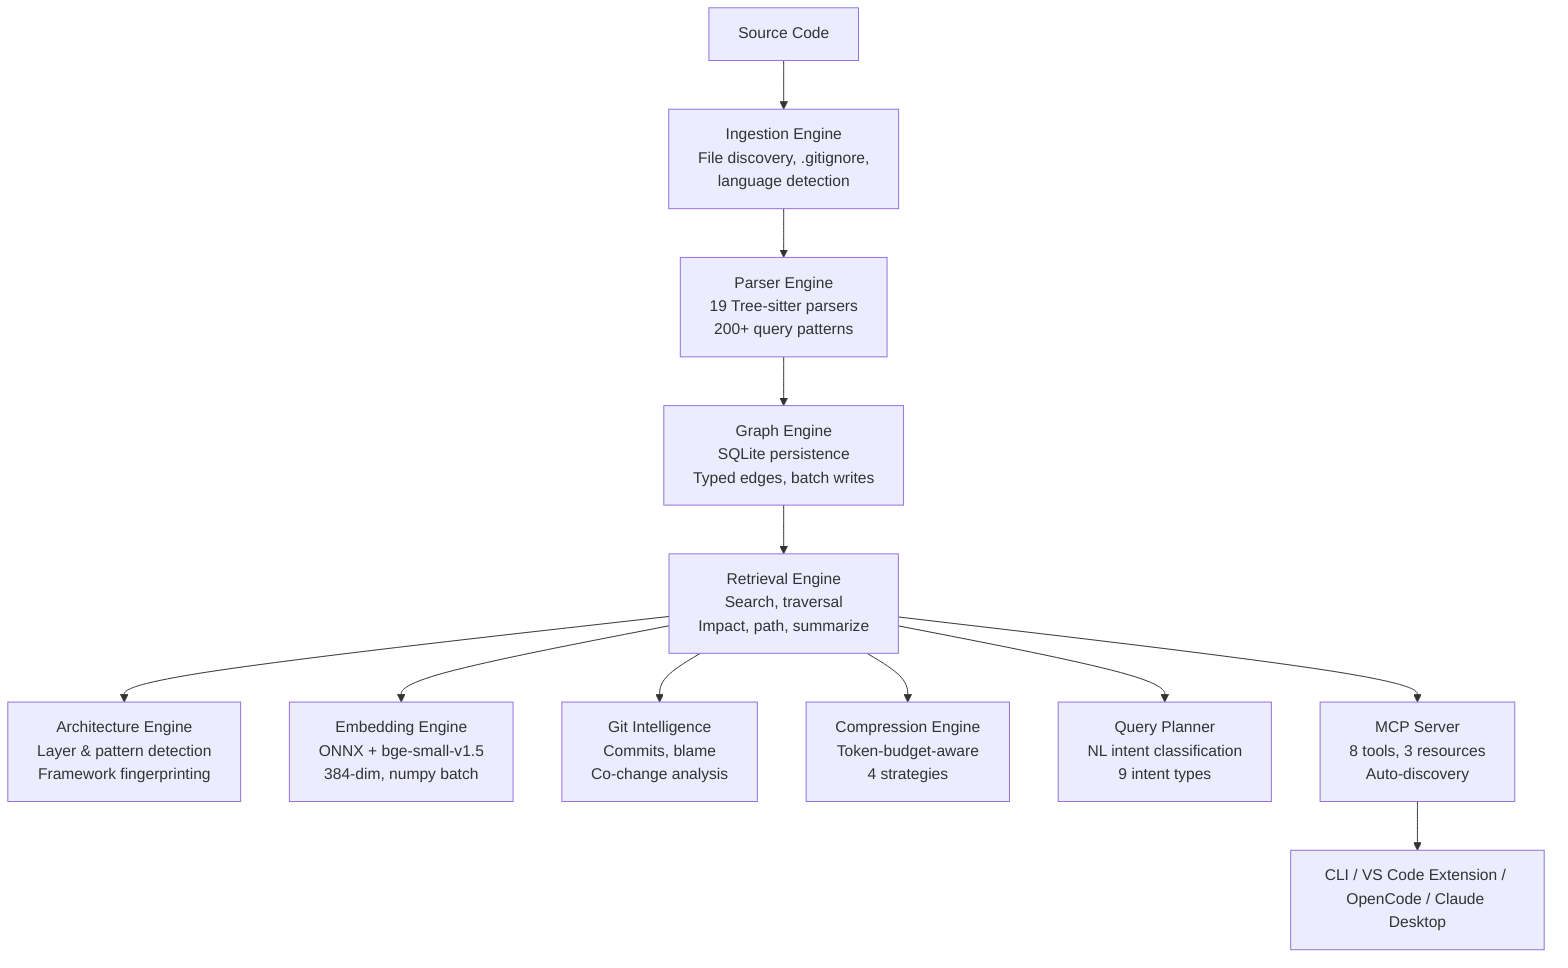
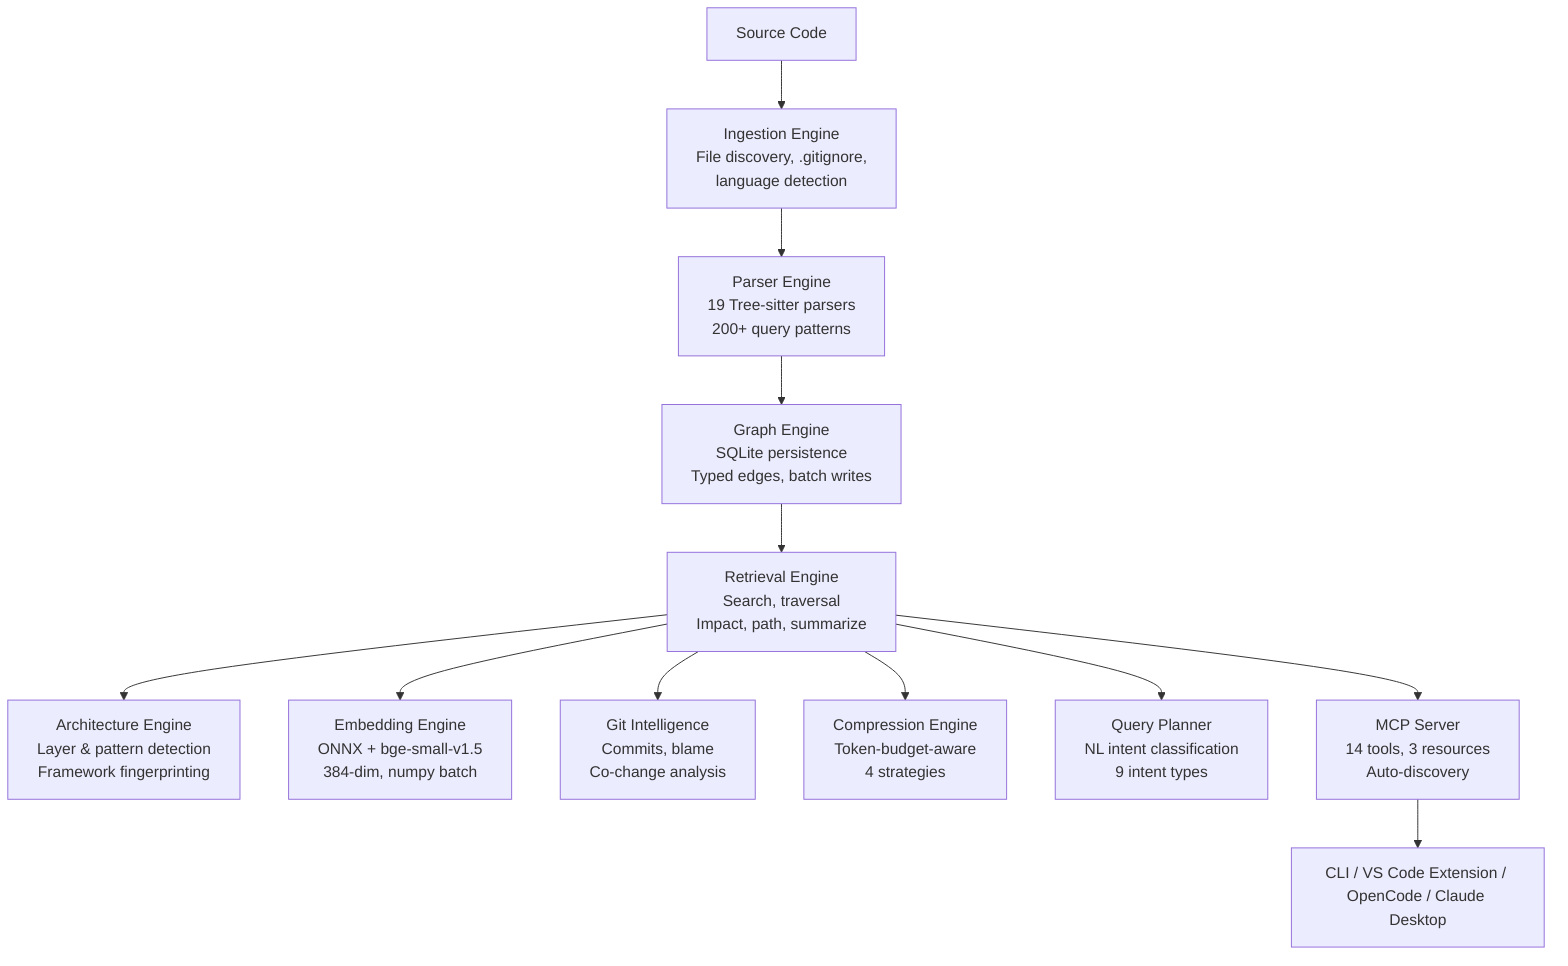
flowchart TB
    SC["Source Code"] --> IE["Ingestion Engine<br/>File discovery, .gitignore,<br/>language detection"]
    IE --> PE["Parser Engine<br/>19 Tree-sitter parsers<br/>200+ query patterns"]
    PE --> GE["Graph Engine<br/>SQLite persistence<br/>Typed edges, batch writes"]
    GE --> RE["Retrieval Engine<br/>Search, traversal<br/>Impact, path, summarize"]
    RE --> AE["Architecture Engine<br/>Layer & pattern detection<br/>Framework fingerprinting"]
    RE --> EE["Embedding Engine<br/>ONNX + bge-small-v1.5<br/>384-dim, numpy batch"]
    RE --> GI["Git Intelligence<br/>Commits, blame<br/>Co-change analysis"]
    RE --> CE["Compression Engine<br/>Token-budget-aware<br/>4 strategies"]
    RE --> QP["Query Planner<br/>NL intent classification<br/>9 intent types"]
-     RE --> MCP["MCP Server<br/>8 tools, 3 resources<br/>Auto-discovery"]
+     RE --> MCP["MCP Server<br/>14 tools, 3 resources<br/>Auto-discovery"]
    MCP --> CLI["CLI / VS Code Extension / OpenCode / Claude Desktop"]